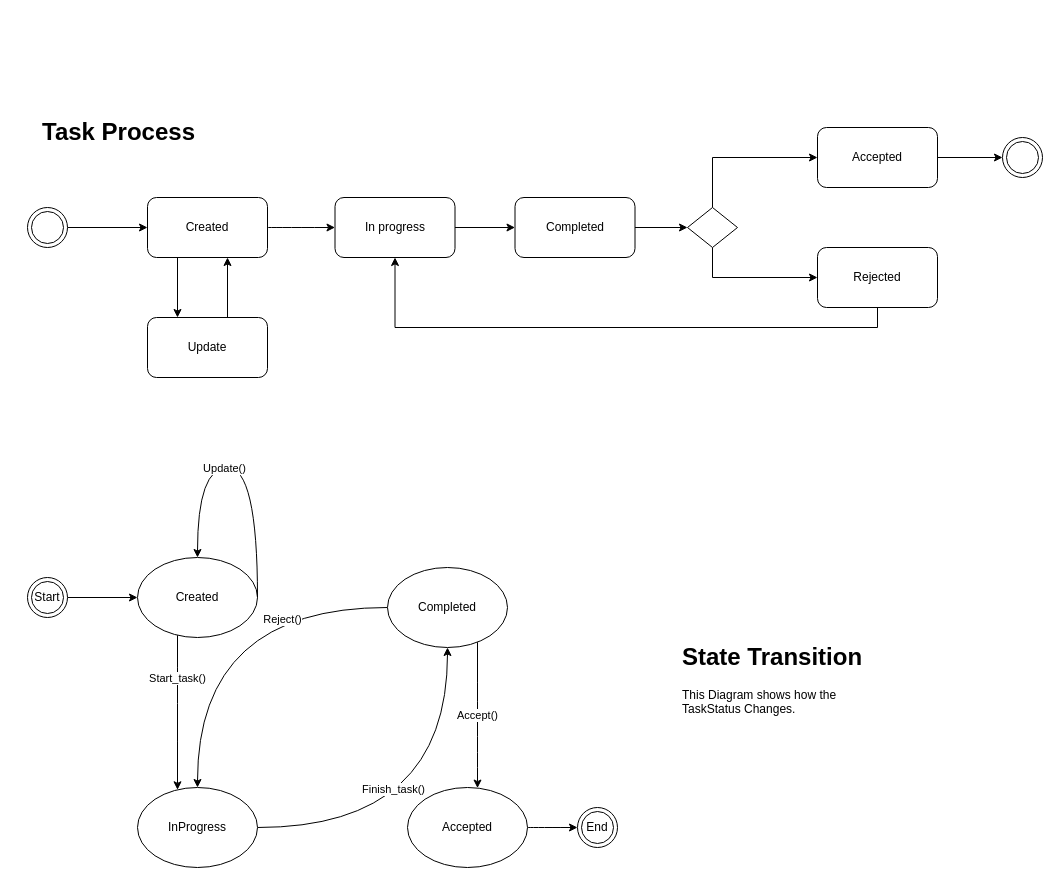
This is designs/architecture/ProcessDesign.drawio from UniversalDot/documents, a draw.io file, before an edit. Source tidied: cells renumbered, new cells numbered last; positions are measured from the earlier drawing's top-left corner, leaving out a move shared by most shapes. Both pictures are drawn from the tidied source at 100%, with x=0, y=0 at pixel (27, 112).
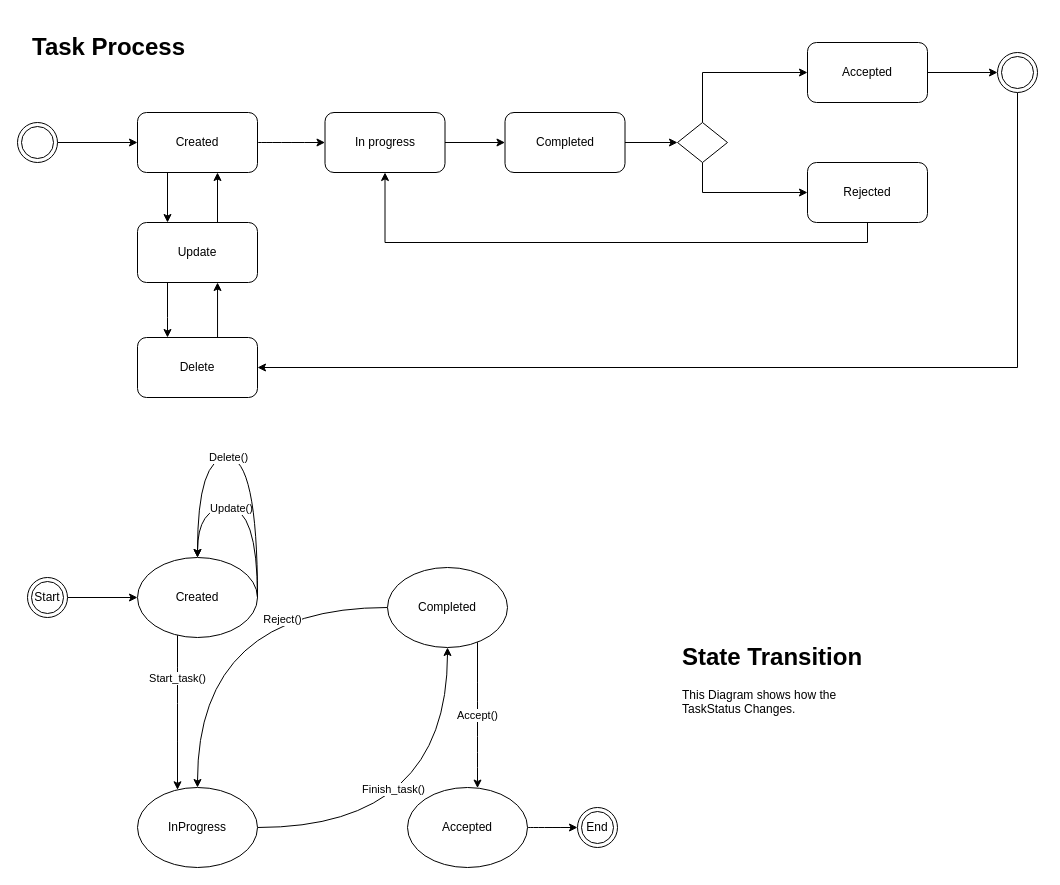
After the change.

Unchanged cells that the change refers to:
```xml
<mxCell id="24" value="Created" style="ellipse;whiteSpace=wrap;html=1;" parent="1" vertex="1">
  <mxGeometry x="110" y="445" width="120" height="80" as="geometry" />
</mxCell>
```

The edit, as a diff of the source:
```diff
@@
     <mxCell id="3" style="ellipse;shape=doubleEllipse;whiteSpace=wrap;html=1;" parent="1" vertex="1">
-      <mxGeometry y="95" width="40" height="40" as="geometry" />
+      <mxGeometry x="-10" y="10" width="40" height="40" as="geometry" />
     </mxCell>
     <mxCell id="4" style="edgeStyle=orthogonalEdgeStyle;curved=1;rounded=0;jettySize=auto;html=1;" parent="1" edge="1" source="6" target="8">
       <mxGeometry relative="1" as="geometry">
         <Array as="points">
-          <mxPoint x="160" y="115" />
+          <mxPoint x="150" y="30" />
         </Array>
       </mxGeometry>
     </mxCell>
@@
     <mxCell id="6" value="Created" style="rounded=1;whiteSpace=wrap;html=1;" parent="1" vertex="1">
-      <mxGeometry x="120" y="85" width="120" height="60" as="geometry" />
+      <mxGeometry x="110" width="120" height="60" as="geometry" />
     </mxCell>
@@
     <mxCell id="8" value="In progress" style="rounded=1;whiteSpace=wrap;html=1;" parent="1" vertex="1">
-      <mxGeometry x="307.5" y="85" width="120" height="60" as="geometry" />
+      <mxGeometry x="297.5" width="120" height="60" as="geometry" />
     </mxCell>
@@
     <mxCell id="10" value="Completed" style="rounded=1;whiteSpace=wrap;html=1;" parent="1" vertex="1">
-      <mxGeometry x="487.5" y="85" width="120" height="60" as="geometry" />
+      <mxGeometry x="477.5" width="120" height="60" as="geometry" />
     </mxCell>
+    <mxCell id="40" style="edgeStyle=orthogonalEdgeStyle;rounded=0;jettySize=auto;html=1;entryX=1;entryY=0.5;entryDx=0;entryDy=0;" parent="1" edge="1" source="11" target="44">
+      <mxGeometry relative="1" as="geometry">
+        <Array as="points">
+          <mxPoint x="990" y="255" />
+        </Array>
+      </mxGeometry>
+    </mxCell>
     <mxCell id="11" style="ellipse;shape=doubleEllipse;whiteSpace=wrap;html=1;" parent="1" vertex="1">
-      <mxGeometry x="975" y="25" width="40" height="40" as="geometry" />
+      <mxGeometry x="970" y="-60" width="40" height="40" as="geometry" />
     </mxCell>
@@
     <mxCell id="13" value="Accepted" style="rounded=1;whiteSpace=wrap;html=1;" parent="1" vertex="1">
-      <mxGeometry x="790" y="15" width="120" height="60" as="geometry" />
+      <mxGeometry x="780" y="-70" width="120" height="60" as="geometry" />
     </mxCell>
     <mxCell id="14" style="edgeStyle=orthogonalEdgeStyle;rounded=0;jettySize=auto;html=1;entryX=0;entryY=0.5;entryDx=0;entryDy=0;" parent="1" edge="1" source="16" target="13">
       <mxGeometry relative="1" as="geometry">
         <Array as="points">
-          <mxPoint x="685" y="45" />
+          <mxPoint x="675" y="-40" />
         </Array>
       </mxGeometry>
     </mxCell>
@@
     <mxCell id="16" style="rhombus;whiteSpace=wrap;html=1;" parent="1" vertex="1">
-      <mxGeometry x="660" y="95" width="50" height="40" as="geometry" />
+      <mxGeometry x="650" y="10" width="50" height="40" as="geometry" />
     </mxCell>
     <mxCell id="17" style="edgeStyle=orthogonalEdgeStyle;rounded=0;jettySize=auto;html=1;entryX=0.5;entryY=1;entryDx=0;entryDy=0;" parent="1" edge="1" source="18" target="8">
       <mxGeometry relative="1" as="geometry">
         <Array as="points">
-          <mxPoint x="850" y="215" />
-          <mxPoint x="368" y="215" />
+          <mxPoint x="840" y="130" />
+          <mxPoint x="358" y="130" />
         </Array>
       </mxGeometry>
     </mxCell>
     <mxCell id="18" value="Rejected" style="rounded=1;whiteSpace=wrap;html=1;" parent="1" vertex="1">
-      <mxGeometry x="790" y="135" width="120" height="60" as="geometry" />
+      <mxGeometry x="780" y="50" width="120" height="60" as="geometry" />
     </mxCell>
     <mxCell id="19" style="edgeStyle=orthogonalEdgeStyle;rounded=0;jettySize=auto;html=1;" parent="1" edge="1" source="20">
       <mxGeometry relative="1" as="geometry">
-        <mxPoint x="200" y="145" as="targetPoint" />
+        <mxPoint x="190" y="60" as="targetPoint" />
         <Array as="points">
-          <mxPoint x="200" y="145" />
+          <mxPoint x="190" y="60" />
         </Array>
       </mxGeometry>
     </mxCell>
+    <mxCell id="41" style="edgeStyle=orthogonalEdgeStyle;rounded=0;jettySize=auto;html=1;entryX=0.25;entryY=0;entryDx=0;entryDy=0;" parent="1" edge="1" source="20" target="44">
+      <mxGeometry relative="1" as="geometry">
+        <Array as="points">
+          <mxPoint x="140" y="205" />
+          <mxPoint x="140" y="205" />
+        </Array>
+      </mxGeometry>
+    </mxCell>
     <mxCell id="20" value="Update" style="rounded=1;whiteSpace=wrap;html=1;" parent="1" vertex="1">
-      <mxGeometry x="120" y="205" width="120" height="60" as="geometry" />
+      <mxGeometry x="110" y="110" width="120" height="60" as="geometry" />
     </mxCell>
     <mxCell id="21" value="&lt;h1&gt;Task Process&lt;/h1&gt;&lt;p&gt;&lt;br&gt;&lt;/p&gt;&lt;p&gt;&lt;br&gt;&lt;/p&gt;" style="text;html=1;strokeColor=none;fillColor=none;spacing=5;spacingTop=-20;whiteSpace=wrap;overflow=hidden;rounded=0;" parent="1" vertex="1">
-      <mxGeometry x="10" width="190" height="90" as="geometry" />
+      <mxGeometry y="-85" width="190" height="90" as="geometry" />
     </mxCell>
@@
     <mxCell id="36" style="edgeStyle=orthogonalEdgeStyle;curved=1;orthogonalLoop=1;jettySize=auto;html=1;entryX=0.5;entryY=0;entryDx=0;entryDy=0;exitX=1;exitY=0.5;exitDx=0;exitDy=0;" parent="1" edge="1" source="24" target="24">
       <mxGeometry relative="1" as="geometry">
         <Array as="points">
-          <mxPoint x="230" y="355" />
-          <mxPoint x="170" y="355" />
+          <mxPoint x="230" y="395" />
+          <mxPoint x="170" y="395" />
         </Array>
       </mxGeometry>
     </mxCell>
@@
+    <mxCell id="42" value="Delete()" style="edgeStyle=orthogonalEdgeStyle;rounded=0;jettySize=auto;html=1;curved=1;" parent="1" edge="1" target="24">
+      <mxGeometry x="0.13" relative="1" as="geometry">
+        <mxPoint x="230" y="485" as="sourcePoint" />
+        <Array as="points">
+          <mxPoint x="230" y="345" />
+          <mxPoint x="170" y="345" />
+        </Array>
+      </mxGeometry>
+    </mxCell>
+    <mxCell id="43" style="edgeStyle=orthogonalEdgeStyle;rounded=0;jettySize=auto;html=1;entryX=0.667;entryY=1;entryDx=0;entryDy=0;entryPerimeter=0;exitX=0.667;exitY=0.017;exitDx=0;exitDy=0;exitPerimeter=0;" parent="1" edge="1" source="44" target="20">
+      <mxGeometry relative="1" as="geometry" />
+    </mxCell>
+    <mxCell id="44" value="Delete" style="rounded=1;whiteSpace=wrap;html=1;" parent="1" vertex="1">
+      <mxGeometry x="110" y="225" width="120" height="60" as="geometry" />
+    </mxCell>
```
